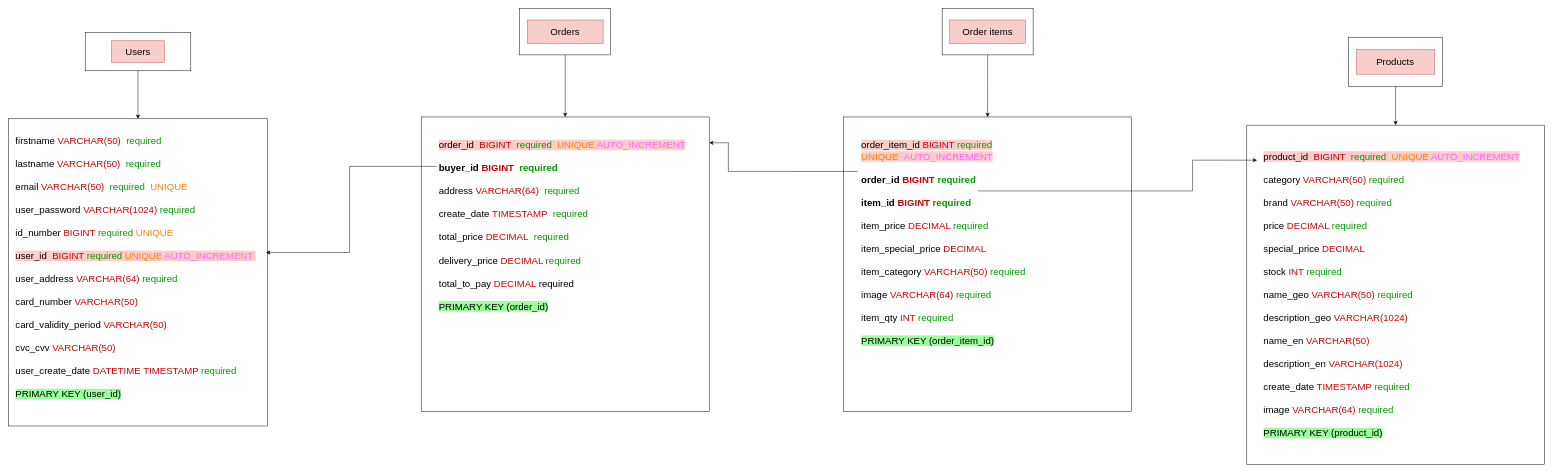
The draw.io diagram readme/diagrams/sql_models.drawio in NikaKiria/KIROSHOP, before the edit. Source tidied: cells renumbered, new cells numbered last; positions are measured from the earlier drawing's top-left corner, leaving out a move shared by most shapes. Both pictures are drawn from the tidied source at 48%, with x=0, y=0 at pixel (8, 8).
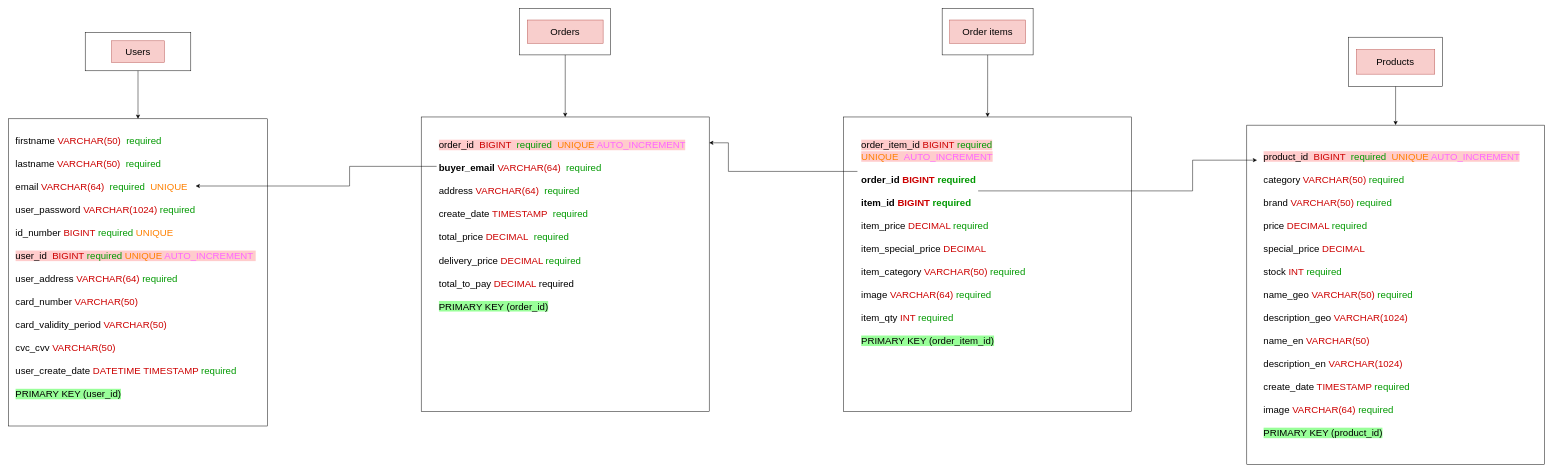
Above is the later version.

Commit message:
change models structure

The change refers to these unchanged cells:
```xml
<mxCell id="8" style="group;" parent="1" vertex="1">
  <mxGeometry x="860" width="600" height="840" as="geometry" />
</mxCell>
```

Diff of the diagram source:
```diff
@@
-    <mxCell id="7" value="&lt;br&gt;firstname&amp;nbsp;&lt;font color=&quot;#cc0000&quot;&gt;VARCHAR(50)&amp;nbsp; &lt;/font&gt;&lt;font color=&quot;#009900&quot;&gt;required&lt;/font&gt;&lt;br&gt;&lt;br&gt;lastname&amp;nbsp;&lt;span style=&quot;color: rgb(204 , 0 , 0)&quot;&gt;VARCHAR(50)&amp;nbsp; &lt;/span&gt;&lt;font color=&quot;#009900&quot;&gt;required&lt;/font&gt;&lt;br&gt;&lt;br&gt;email&amp;nbsp;&lt;span style=&quot;color: rgb(204 , 0 , 0)&quot;&gt;VARCHAR(50)&amp;nbsp; &lt;/span&gt;&lt;font color=&quot;#009900&quot;&gt;required&amp;nbsp; &lt;/font&gt;&lt;font color=&quot;#ff8000&quot;&gt;UNIQUE&lt;/font&gt;&lt;br&gt;&lt;br&gt;user_password&amp;nbsp;&lt;span style=&quot;color: rgb(204 , 0 , 0)&quot;&gt;VARCHAR(1024) &lt;/span&gt;&lt;font color=&quot;#009900&quot;&gt;required&lt;/font&gt;&lt;br&gt;&lt;br&gt;id_number&amp;nbsp;&lt;font color=&quot;#cc0000&quot;&gt;BIGINT &lt;/font&gt;&lt;font color=&quot;#009900&quot;&gt;required &lt;/font&gt;&lt;font color=&quot;#ff8000&quot;&gt;UNIQUE&lt;/font&gt;&lt;br&gt;&lt;br&gt;&lt;span style=&quot;background-color: rgb(255 , 204 , 204)&quot;&gt;user_id&amp;nbsp; &lt;font color=&quot;#cc0000&quot;&gt;BIGINT&amp;nbsp;&lt;/font&gt;&lt;font color=&quot;#009900&quot;&gt;required &lt;/font&gt;&lt;font color=&quot;#ff8000&quot;&gt;UNIQUE &lt;/font&gt;&lt;font color=&quot;#ff66ff&quot;&gt;AUTO_INCREMENT&lt;/font&gt;&lt;font color=&quot;#ff8000&quot;&gt;&amp;nbsp;&lt;br&gt;&lt;/font&gt;&lt;/span&gt;&lt;br&gt;user_address &lt;font color=&quot;#cc0000&quot;&gt;VARCHAR(64) &lt;/font&gt;&lt;font color=&quot;#009900&quot;&gt;required&lt;/font&gt;&lt;br&gt;&lt;br&gt;&#9;card_number &lt;font color=&quot;#cc0000&quot;&gt;VARCHAR(50)&lt;br&gt;&lt;/font&gt;&lt;br&gt;card_validity_period &lt;font color=&quot;#cc0000&quot;&gt;VARCHAR(50)&lt;br&gt;&lt;/font&gt;&lt;br&gt;cvc_cvv&amp;nbsp;&lt;font color=&quot;#cc0000&quot;&gt;VARCHAR(50)&lt;/font&gt;&lt;br&gt;&lt;br&gt;user_create_date &lt;font color=&quot;#cc0000&quot;&gt;DATETIME&amp;nbsp;TIMESTAMP &lt;/font&gt;&lt;font color=&quot;#009900&quot;&gt;required&lt;/font&gt;&lt;br&gt;&lt;br&gt;&lt;span style=&quot;background-color: rgb(153 , 255 , 153)&quot;&gt;PRIMARY KEY (user_id)&lt;/span&gt;" style="text;html=1;strokeColor=none;fillColor=none;spacing=5;spacingTop=-20;whiteSpace=wrap;overflow=hidden;rounded=0;fontSize=20;" parent="1" vertex="1">
+    <mxCell id="7" value="&lt;br&gt;firstname&amp;nbsp;&lt;font color=&quot;#cc0000&quot;&gt;VARCHAR(50)&amp;nbsp; &lt;/font&gt;&lt;font color=&quot;#009900&quot;&gt;required&lt;/font&gt;&lt;br&gt;&lt;br&gt;lastname&amp;nbsp;&lt;span style=&quot;color: rgb(204 , 0 , 0)&quot;&gt;VARCHAR(50)&amp;nbsp; &lt;/span&gt;&lt;font color=&quot;#009900&quot;&gt;required&lt;/font&gt;&lt;br&gt;&lt;br&gt;email&amp;nbsp;&lt;span style=&quot;color: rgb(204 , 0 , 0)&quot;&gt;VARCHAR(64)&amp;nbsp; &lt;/span&gt;&lt;font color=&quot;#009900&quot;&gt;required&amp;nbsp; &lt;/font&gt;&lt;font color=&quot;#ff8000&quot;&gt;UNIQUE&lt;/font&gt;&lt;br&gt;&lt;br&gt;user_password&amp;nbsp;&lt;span style=&quot;color: rgb(204 , 0 , 0)&quot;&gt;VARCHAR(1024) &lt;/span&gt;&lt;font color=&quot;#009900&quot;&gt;required&lt;/font&gt;&lt;br&gt;&lt;br&gt;id_number&amp;nbsp;&lt;font color=&quot;#cc0000&quot;&gt;BIGINT &lt;/font&gt;&lt;font color=&quot;#009900&quot;&gt;required &lt;/font&gt;&lt;font color=&quot;#ff8000&quot;&gt;UNIQUE&lt;/font&gt;&lt;br&gt;&lt;br&gt;&lt;span style=&quot;background-color: rgb(255 , 204 , 204)&quot;&gt;user_id&amp;nbsp; &lt;font color=&quot;#cc0000&quot;&gt;BIGINT&amp;nbsp;&lt;/font&gt;&lt;font color=&quot;#009900&quot;&gt;required &lt;/font&gt;&lt;font color=&quot;#ff8000&quot;&gt;UNIQUE &lt;/font&gt;&lt;font color=&quot;#ff66ff&quot;&gt;AUTO_INCREMENT&lt;/font&gt;&lt;font color=&quot;#ff8000&quot;&gt;&amp;nbsp;&lt;br&gt;&lt;/font&gt;&lt;/span&gt;&lt;br&gt;user_address &lt;font color=&quot;#cc0000&quot;&gt;VARCHAR(64) &lt;/font&gt;&lt;font color=&quot;#009900&quot;&gt;required&lt;/font&gt;&lt;br&gt;&lt;br&gt;&#9;card_number &lt;font color=&quot;#cc0000&quot;&gt;VARCHAR(50)&lt;br&gt;&lt;/font&gt;&lt;br&gt;card_validity_period &lt;font color=&quot;#cc0000&quot;&gt;VARCHAR(50)&lt;br&gt;&lt;/font&gt;&lt;br&gt;cvc_cvv&amp;nbsp;&lt;font color=&quot;#cc0000&quot;&gt;VARCHAR(50)&lt;/font&gt;&lt;br&gt;&lt;br&gt;user_create_date &lt;font color=&quot;#cc0000&quot;&gt;DATETIME&amp;nbsp;TIMESTAMP &lt;/font&gt;&lt;font color=&quot;#009900&quot;&gt;required&lt;/font&gt;&lt;br&gt;&lt;br&gt;&lt;span style=&quot;background-color: rgb(153 , 255 , 153)&quot;&gt;PRIMARY KEY (user_id)&lt;/span&gt;" style="text;html=1;strokeColor=none;fillColor=none;spacing=5;spacingTop=-20;whiteSpace=wrap;overflow=hidden;rounded=0;fontSize=20;" parent="1" vertex="1">
       <mxGeometry x="10" y="250" width="520" height="600" as="geometry" />
     </mxCell>
@@
-    <mxCell id="14" value="&lt;br&gt;&lt;span style=&quot;background-color: rgb(255 , 204 , 204)&quot;&gt;order_id&amp;nbsp;&amp;nbsp;&lt;font color=&quot;#cc0000&quot;&gt;BIGINT&amp;nbsp;&amp;nbsp;&lt;/font&gt;&lt;font color=&quot;#009900&quot;&gt;required&amp;nbsp; &lt;/font&gt;&lt;font color=&quot;#ff8000&quot;&gt;UNIQUE &lt;/font&gt;&lt;font color=&quot;#ff66ff&quot;&gt;AUTO_INCREMENT&lt;/font&gt;&lt;br&gt;&lt;/span&gt;&lt;br&gt;&lt;b&gt;buyer_id&amp;nbsp;&lt;span style=&quot;color: rgb(204 , 0 , 0)&quot;&gt;BIGINT&amp;nbsp;&amp;nbsp;&lt;/span&gt;&lt;font color=&quot;#009900&quot;&gt;required&amp;nbsp;&lt;/font&gt;&lt;br&gt;&lt;/b&gt;&lt;br&gt;address&amp;nbsp;&lt;span style=&quot;color: rgb(204 , 0 , 0)&quot;&gt;VARCHAR(64)&amp;nbsp; &lt;/span&gt;&lt;font color=&quot;#009900&quot;&gt;required&lt;/font&gt;&lt;br&gt;&lt;br&gt;create_date&amp;nbsp;&lt;font color=&quot;#cc0000&quot;&gt;TIMESTAMP&amp;nbsp; &lt;/font&gt;&lt;font color=&quot;#009900&quot;&gt;required&lt;/font&gt;&lt;br&gt;&lt;br&gt;total_price&amp;nbsp;&lt;font color=&quot;#cc0000&quot;&gt;DECIMAL&amp;nbsp; &lt;/font&gt;&lt;font color=&quot;#009900&quot;&gt;required&lt;/font&gt;&lt;br&gt;&lt;br&gt;delivery_price &lt;font color=&quot;#cc0000&quot;&gt;DECIMAL &lt;/font&gt;&lt;font color=&quot;#009900&quot;&gt;required&lt;/font&gt;&lt;br&gt;&lt;br&gt;total_to_pay &lt;font color=&quot;#cc0000&quot;&gt;DECIMAL &lt;/font&gt;required&lt;br&gt;&lt;br&gt;&lt;span style=&quot;background-color: rgb(153 , 255 , 153)&quot;&gt;PRIMARY KEY (order_id)&lt;/span&gt;&lt;font color=&quot;#009900&quot;&gt;&lt;br&gt;&lt;/font&gt;" style="text;html=1;strokeColor=none;fillColor=none;spacing=5;spacingTop=-20;whiteSpace=wrap;overflow=hidden;rounded=0;fontSize=20;" parent="8" vertex="1">
+    <mxCell id="14" value="&lt;br&gt;&lt;span style=&quot;background-color: rgb(255 , 204 , 204)&quot;&gt;order_id&amp;nbsp;&amp;nbsp;&lt;font color=&quot;#cc0000&quot;&gt;BIGINT&amp;nbsp;&amp;nbsp;&lt;/font&gt;&lt;font color=&quot;#009900&quot;&gt;required&amp;nbsp; &lt;/font&gt;&lt;font color=&quot;#ff8000&quot;&gt;UNIQUE &lt;/font&gt;&lt;font color=&quot;#ff66ff&quot;&gt;AUTO_INCREMENT&lt;/font&gt;&lt;br&gt;&lt;/span&gt;&lt;br&gt;&lt;b&gt;buyer_email&amp;nbsp;&lt;/b&gt;&lt;span style=&quot;color: rgb(204 , 0 , 0)&quot;&gt;VARCHAR(64)&amp;nbsp;&amp;nbsp;&lt;/span&gt;&lt;font color=&quot;#009900&quot;&gt;required&amp;nbsp;&amp;nbsp;&lt;/font&gt;&lt;b&gt;&lt;br&gt;&lt;/b&gt;&lt;br&gt;address&amp;nbsp;&lt;span style=&quot;color: rgb(204 , 0 , 0)&quot;&gt;VARCHAR(64)&amp;nbsp; &lt;/span&gt;&lt;font color=&quot;#009900&quot;&gt;required&lt;/font&gt;&lt;br&gt;&lt;br&gt;create_date&amp;nbsp;&lt;font color=&quot;#cc0000&quot;&gt;TIMESTAMP&amp;nbsp; &lt;/font&gt;&lt;font color=&quot;#009900&quot;&gt;required&lt;/font&gt;&lt;br&gt;&lt;br&gt;total_price&amp;nbsp;&lt;font color=&quot;#cc0000&quot;&gt;DECIMAL&amp;nbsp; &lt;/font&gt;&lt;font color=&quot;#009900&quot;&gt;required&lt;/font&gt;&lt;br&gt;&lt;br&gt;delivery_price &lt;font color=&quot;#cc0000&quot;&gt;DECIMAL &lt;/font&gt;&lt;font color=&quot;#009900&quot;&gt;required&lt;/font&gt;&lt;br&gt;&lt;br&gt;total_to_pay &lt;font color=&quot;#cc0000&quot;&gt;DECIMAL &lt;/font&gt;required&lt;br&gt;&lt;br&gt;&lt;span style=&quot;background-color: rgb(153 , 255 , 153)&quot;&gt;PRIMARY KEY (order_id)&lt;/span&gt;&lt;font color=&quot;#009900&quot;&gt;&lt;br&gt;&lt;/font&gt;" style="text;html=1;strokeColor=none;fillColor=none;spacing=5;spacingTop=-20;whiteSpace=wrap;overflow=hidden;rounded=0;fontSize=20;" parent="8" vertex="1">
       <mxGeometry x="31.6" y="258.5" width="552.6" height="500.8" as="geometry" />
     </mxCell>
@@
-    <mxCell id="29" style="edgeStyle=orthogonalEdgeStyle;rounded=0;jettySize=auto;html=1;entryX=1.013;entryY=0.431;entryDx=0;entryDy=0;entryPerimeter=0;fontColor=#009900;exitX=0.001;exitY=0.141;exitDx=0;exitDy=0;exitPerimeter=0;" parent="1" edge="1" source="14" target="7">
+    <mxCell id="29" style="edgeStyle=orthogonalEdgeStyle;rounded=0;jettySize=auto;html=1;entryX=0.731;entryY=0.2;entryDx=0;entryDy=0;entryPerimeter=0;fontColor=#009900;exitX=0.001;exitY=0.141;exitDx=0;exitDy=0;exitPerimeter=0;" parent="1" edge="1" source="14" target="7">
       <mxGeometry relative="1" as="geometry" />
     </mxCell>
```
